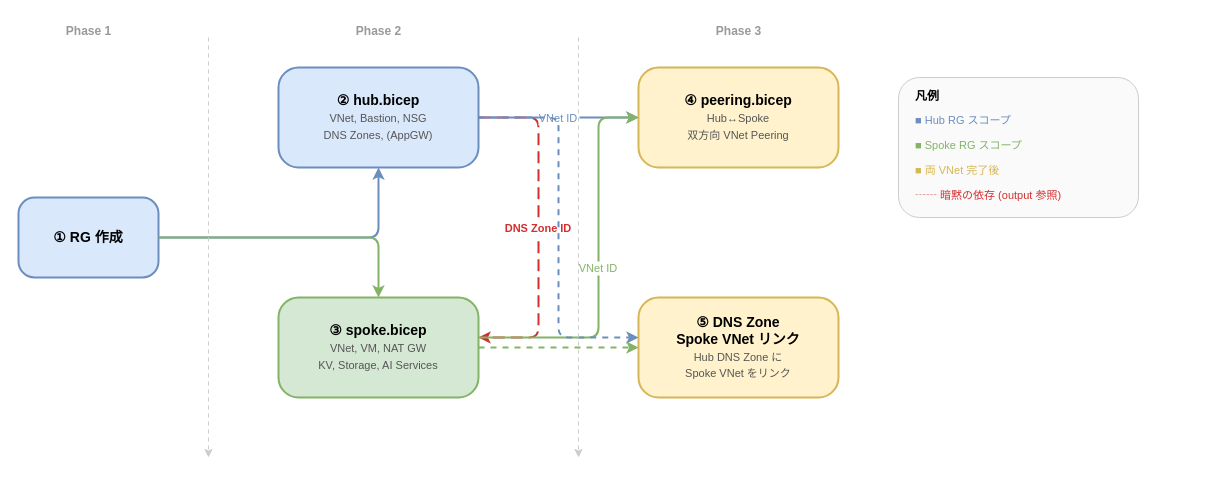
naoki1213mj/azure-simple-poc-bicep keeps this draw.io diagram as images/deploy-flow.drawio. Above is the earlier version. Source tidied: cells renumbered, new cells numbered last; positions are measured from the earlier drawing's top-left corner, leaving out a move shared by most shapes. Both pictures are drawn from the tidied source at 100%, with x=0, y=0 at pixel (18, 17).
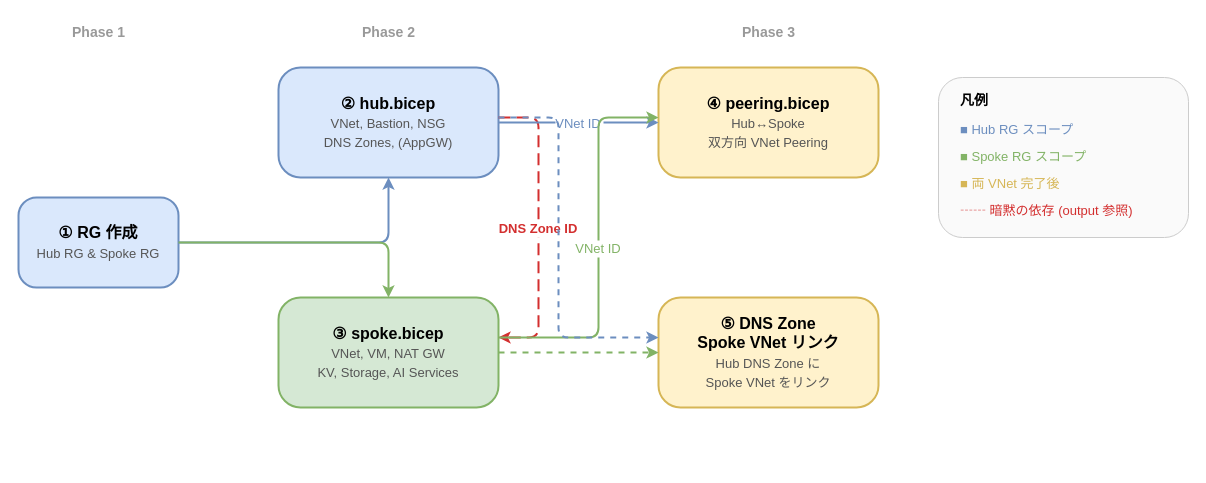
The same diagram, later.

Commit message (it also covers changes not shown here):
fix: increase font sizes and remove phase divider lines

Diff of the diagram source:
```diff
@@
-    <mxCell id="2" value="① RG 作成" style="rounded=1;whiteSpace=wrap;html=1;fillColor=#dae8fc;strokeColor=#6c8ebf;fontSize=14;fontStyle=1;strokeWidth=2;arcSize=20;spacingTop=4;spacingBottom=4;" parent="1" vertex="1">
-      <mxGeometry y="180" width="140" height="80" as="geometry" />
+    <mxCell id="2" value="① RG 作成&lt;br&gt;&lt;font style='font-size:13px;font-weight:normal;color:#555'&gt;Hub RG &amp;amp; Spoke RG&lt;/font&gt;" style="rounded=1;whiteSpace=wrap;html=1;fillColor=#dae8fc;strokeColor=#6c8ebf;fontSize=16;fontStyle=1;strokeWidth=2;arcSize=20;spacingTop=6;spacingBottom=6;" parent="1" vertex="1">
+      <mxGeometry y="180" width="160" height="90" as="geometry" />
     </mxCell>
-    <mxCell id="3" value="② hub.bicep&lt;br&gt;&lt;font style='font-size:11px;font-weight:normal;color:#555'&gt;VNet, Bastion, NSG&lt;br&gt;DNS Zones, (AppGW)&lt;/font&gt;" style="rounded=1;whiteSpace=wrap;html=1;fillColor=#dae8fc;strokeColor=#6c8ebf;fontSize=14;fontStyle=1;strokeWidth=2;arcSize=20;spacingTop=6;spacingBottom=6;" parent="1" vertex="1">
-      <mxGeometry x="260" y="50" width="200" height="100" as="geometry" />
+    <mxCell id="3" value="② hub.bicep&lt;br&gt;&lt;font style='font-size:13px;font-weight:normal;color:#555'&gt;VNet, Bastion, NSG&lt;br&gt;DNS Zones, (AppGW)&lt;/font&gt;" style="rounded=1;whiteSpace=wrap;html=1;fillColor=#dae8fc;strokeColor=#6c8ebf;fontSize=16;fontStyle=1;strokeWidth=2;arcSize=20;spacingTop=6;spacingBottom=6;" parent="1" vertex="1">
+      <mxGeometry x="260" y="50" width="220" height="110" as="geometry" />
     </mxCell>
-    <mxCell id="4" value="③ spoke.bicep&lt;br&gt;&lt;font style='font-size:11px;font-weight:normal;color:#555'&gt;VNet, VM, NAT GW&lt;br&gt;KV, Storage, AI Services&lt;/font&gt;" style="rounded=1;whiteSpace=wrap;html=1;fillColor=#d5e8d4;strokeColor=#82b366;fontSize=14;fontStyle=1;strokeWidth=2;arcSize=20;spacingTop=6;spacingBottom=6;" parent="1" vertex="1">
-      <mxGeometry x="260" y="280" width="200" height="100" as="geometry" />
+    <mxCell id="4" value="③ spoke.bicep&lt;br&gt;&lt;font style='font-size:13px;font-weight:normal;color:#555'&gt;VNet, VM, NAT GW&lt;br&gt;KV, Storage, AI Services&lt;/font&gt;" style="rounded=1;whiteSpace=wrap;html=1;fillColor=#d5e8d4;strokeColor=#82b366;fontSize=16;fontStyle=1;strokeWidth=2;arcSize=20;spacingTop=6;spacingBottom=6;" parent="1" vertex="1">
+      <mxGeometry x="260" y="280" width="220" height="110" as="geometry" />
     </mxCell>
-    <mxCell id="5" value="④ peering.bicep&lt;br&gt;&lt;font style='font-size:11px;font-weight:normal;color:#555'&gt;Hub↔Spoke&lt;br&gt;双方向 VNet Peering&lt;/font&gt;" style="rounded=1;whiteSpace=wrap;html=1;fillColor=#fff2cc;strokeColor=#d6b656;fontSize=14;fontStyle=1;strokeWidth=2;arcSize=20;spacingTop=6;spacingBottom=6;" parent="1" vertex="1">
-      <mxGeometry x="620" y="50" width="200" height="100" as="geometry" />
+    <mxCell id="5" value="④ peering.bicep&lt;br&gt;&lt;font style='font-size:13px;font-weight:normal;color:#555'&gt;Hub↔Spoke&lt;br&gt;双方向 VNet Peering&lt;/font&gt;" style="rounded=1;whiteSpace=wrap;html=1;fillColor=#fff2cc;strokeColor=#d6b656;fontSize=16;fontStyle=1;strokeWidth=2;arcSize=20;spacingTop=6;spacingBottom=6;" parent="1" vertex="1">
+      <mxGeometry x="640" y="50" width="220" height="110" as="geometry" />
     </mxCell>
-    <mxCell id="6" value="⑤ DNS Zone&lt;br&gt;Spoke VNet リンク&lt;br&gt;&lt;font style='font-size:11px;font-weight:normal;color:#555'&gt;Hub DNS Zone に&lt;br&gt;Spoke VNet をリンク&lt;/font&gt;" style="rounded=1;whiteSpace=wrap;html=1;fillColor=#fff2cc;strokeColor=#d6b656;fontSize=14;fontStyle=1;strokeWidth=2;arcSize=20;spacingTop=6;spacingBottom=6;" parent="1" vertex="1">
-      <mxGeometry x="620" y="280" width="200" height="100" as="geometry" />
+    <mxCell id="6" value="⑤ DNS Zone&lt;br&gt;Spoke VNet リンク&lt;br&gt;&lt;font style='font-size:13px;font-weight:normal;color:#555'&gt;Hub DNS Zone に&lt;br&gt;Spoke VNet をリンク&lt;/font&gt;" style="rounded=1;whiteSpace=wrap;html=1;fillColor=#fff2cc;strokeColor=#d6b656;fontSize=16;fontStyle=1;strokeWidth=2;arcSize=20;spacingTop=6;spacingBottom=6;" parent="1" vertex="1">
+      <mxGeometry x="640" y="280" width="220" height="110" as="geometry" />
     </mxCell>
@@
-    <mxCell id="9" value="DNS Zone ID" style="edgeStyle=orthogonalEdgeStyle;strokeWidth=2;strokeColor=#D32F2F;dashed=1;dashPattern=6 3;fontSize=11;fontColor=#D32F2F;fontStyle=1;rounded=1;labelBackgroundColor=#FFFFFF;" parent="1" edge="1" source="3" target="4">
+    <mxCell id="9" value="DNS Zone ID" style="edgeStyle=orthogonalEdgeStyle;strokeWidth=2;strokeColor=#D32F2F;dashed=1;dashPattern=6 3;fontSize=13;fontColor=#D32F2F;fontStyle=1;rounded=1;labelBackgroundColor=#FFFFFF;" parent="1" edge="1" source="3" target="4">
       <mxGeometry relative="1" as="geometry">
         <Array as="points">
           <mxPoint x="520" y="100" />
           <mxPoint x="520" y="320" />
         </Array>
       </mxGeometry>
     </mxCell>
-    <mxCell id="10" value="VNet ID" style="edgeStyle=orthogonalEdgeStyle;strokeWidth=2;strokeColor=#6c8ebf;fontSize=11;fontColor=#6c8ebf;rounded=1;labelBackgroundColor=#FFFFFF;" parent="1" edge="1" source="3" target="5">
+    <mxCell id="10" value="VNet ID" style="edgeStyle=orthogonalEdgeStyle;strokeWidth=2;strokeColor=#6c8ebf;fontSize=13;fontColor=#6c8ebf;rounded=1;labelBackgroundColor=#FFFFFF;" parent="1" edge="1" source="3" target="5">
       <mxGeometry relative="1" as="geometry" />
     </mxCell>
-    <mxCell id="11" value="VNet ID" style="edgeStyle=orthogonalEdgeStyle;strokeWidth=2;strokeColor=#82b366;fontSize=11;fontColor=#82b366;rounded=1;labelBackgroundColor=#FFFFFF;" parent="1" edge="1" source="4" target="5">
+    <mxCell id="11" value="VNet ID" style="edgeStyle=orthogonalEdgeStyle;strokeWidth=2;strokeColor=#82b366;fontSize=13;fontColor=#82b366;rounded=1;labelBackgroundColor=#FFFFFF;" parent="1" edge="1" source="4" target="5">
       <mxGeometry relative="1" as="geometry">
         <Array as="points">
           <mxPoint x="580" y="320" />
           <mxPoint x="580" y="100" />
         </Array>
       </mxGeometry>
     </mxCell>
@@
-    <mxCell id="14" value="Phase 1" style="text;html=1;fontSize=12;fontStyle=1;align=center;fillColor=none;strokeColor=none;fontColor=#999999;" parent="1" vertex="1">
-      <mxGeometry x="30" width="80" height="24" as="geometry" />
+    <mxCell id="14" value="Phase 1" style="text;html=1;fontSize=14;fontStyle=1;align=center;fillColor=none;strokeColor=none;fontColor=#999999;" parent="1" vertex="1">
+      <mxGeometry x="30" width="100" height="28" as="geometry" />
     </mxCell>
-    <mxCell id="15" value="Phase 2" style="text;html=1;fontSize=12;fontStyle=1;align=center;fillColor=none;strokeColor=none;fontColor=#999999;" parent="1" vertex="1">
-      <mxGeometry x="320" width="80" height="24" as="geometry" />
+    <mxCell id="15" value="Phase 2" style="text;html=1;fontSize=14;fontStyle=1;align=center;fillColor=none;strokeColor=none;fontColor=#999999;" parent="1" vertex="1">
+      <mxGeometry x="320" width="100" height="28" as="geometry" />
     </mxCell>
-    <mxCell id="16" value="Phase 3" style="text;html=1;fontSize=12;fontStyle=1;align=center;fillColor=none;strokeColor=none;fontColor=#999999;" parent="1" vertex="1">
-      <mxGeometry x="680" width="80" height="24" as="geometry" />
+    <mxCell id="16" value="Phase 3" style="text;html=1;fontSize=14;fontStyle=1;align=center;fillColor=none;strokeColor=none;fontColor=#999999;" parent="1" vertex="1">
+      <mxGeometry x="700" width="100" height="28" as="geometry" />
     </mxCell>
-    <mxCell id="17" style="strokeWidth=1;strokeColor=#CCCCCC;dashed=1;dashPattern=4 4;" parent="1" edge="1">
-      <mxGeometry relative="1" as="geometry">
-        <mxPoint x="190" y="20" as="sourcePoint" />
-        <mxPoint x="190" y="440" as="targetPoint" />
-      </mxGeometry>
-    </mxCell>
-    <mxCell id="18" style="strokeWidth=1;strokeColor=#CCCCCC;dashed=1;dashPattern=4 4;" parent="1" edge="1">
-      <mxGeometry relative="1" as="geometry">
-        <mxPoint x="560" y="20" as="sourcePoint" />
-        <mxPoint x="560" y="440" as="targetPoint" />
-      </mxGeometry>
-    </mxCell>
     <mxCell id="19" style="rounded=1;whiteSpace=wrap;html=1;fillColor=#FAFAFA;strokeColor=#CCCCCC;strokeWidth=1;" parent="1" vertex="1">
-      <mxGeometry x="880" y="60" width="240" height="140" as="geometry" />
+      <mxGeometry x="920" y="60" width="250" height="160" as="geometry" />
     </mxCell>
-    <mxCell id="20" value="凡例" style="text;html=1;fontSize=12;fontStyle=1;fillColor=none;strokeColor=none;" parent="1" vertex="1">
-      <mxGeometry x="895" y="65" width="40" height="20" as="geometry" />
+    <mxCell id="20" value="凡例" style="text;html=1;fontSize=14;fontStyle=1;fillColor=none;strokeColor=none;" parent="1" vertex="1">
+      <mxGeometry x="940" y="68" width="50" height="24" as="geometry" />
     </mxCell>
-    <mxCell id="21" value="■ Hub RG スコープ" style="text;html=1;fontSize=11;fillColor=none;strokeColor=none;fontColor=#6c8ebf;" parent="1" vertex="1">
-      <mxGeometry x="895" y="90" width="200" height="20" as="geometry" />
+    <mxCell id="21" value="■ Hub RG スコープ" style="text;html=1;fontSize=13;fillColor=none;strokeColor=none;fontColor=#6c8ebf;" parent="1" vertex="1">
+      <mxGeometry x="940" y="98" width="210" height="22" as="geometry" />
     </mxCell>
-    <mxCell id="22" value="■ Spoke RG スコープ" style="text;html=1;fontSize=11;fillColor=none;strokeColor=none;fontColor=#82b366;" parent="1" vertex="1">
-      <mxGeometry x="895" y="115" width="200" height="20" as="geometry" />
+    <mxCell id="22" value="■ Spoke RG スコープ" style="text;html=1;fontSize=13;fillColor=none;strokeColor=none;fontColor=#82b366;" parent="1" vertex="1">
+      <mxGeometry x="940" y="125" width="210" height="22" as="geometry" />
     </mxCell>
-    <mxCell id="23" value="■ 両 VNet 完了後" style="text;html=1;fontSize=11;fillColor=none;strokeColor=none;fontColor=#d6b656;" parent="1" vertex="1">
-      <mxGeometry x="895" y="140" width="200" height="20" as="geometry" />
+    <mxCell id="23" value="■ 両 VNet 完了後" style="text;html=1;fontSize=13;fillColor=none;strokeColor=none;fontColor=#d6b656;" parent="1" vertex="1">
+      <mxGeometry x="940" y="152" width="210" height="22" as="geometry" />
     </mxCell>
-    <mxCell id="24" value="┄┄ 暗黙の依存 (output 参照)" style="text;html=1;fontSize=11;fillColor=none;strokeColor=none;fontColor=#D32F2F;" parent="1" vertex="1">
-      <mxGeometry x="895" y="165" width="210" height="20" as="geometry" />
+    <mxCell id="24" value="┄┄ 暗黙の依存 (output 参照)" style="text;html=1;fontSize=13;fillColor=none;strokeColor=none;fontColor=#D32F2F;" parent="1" vertex="1">
+      <mxGeometry x="940" y="179" width="220" height="22" as="geometry" />
     </mxCell>
```
